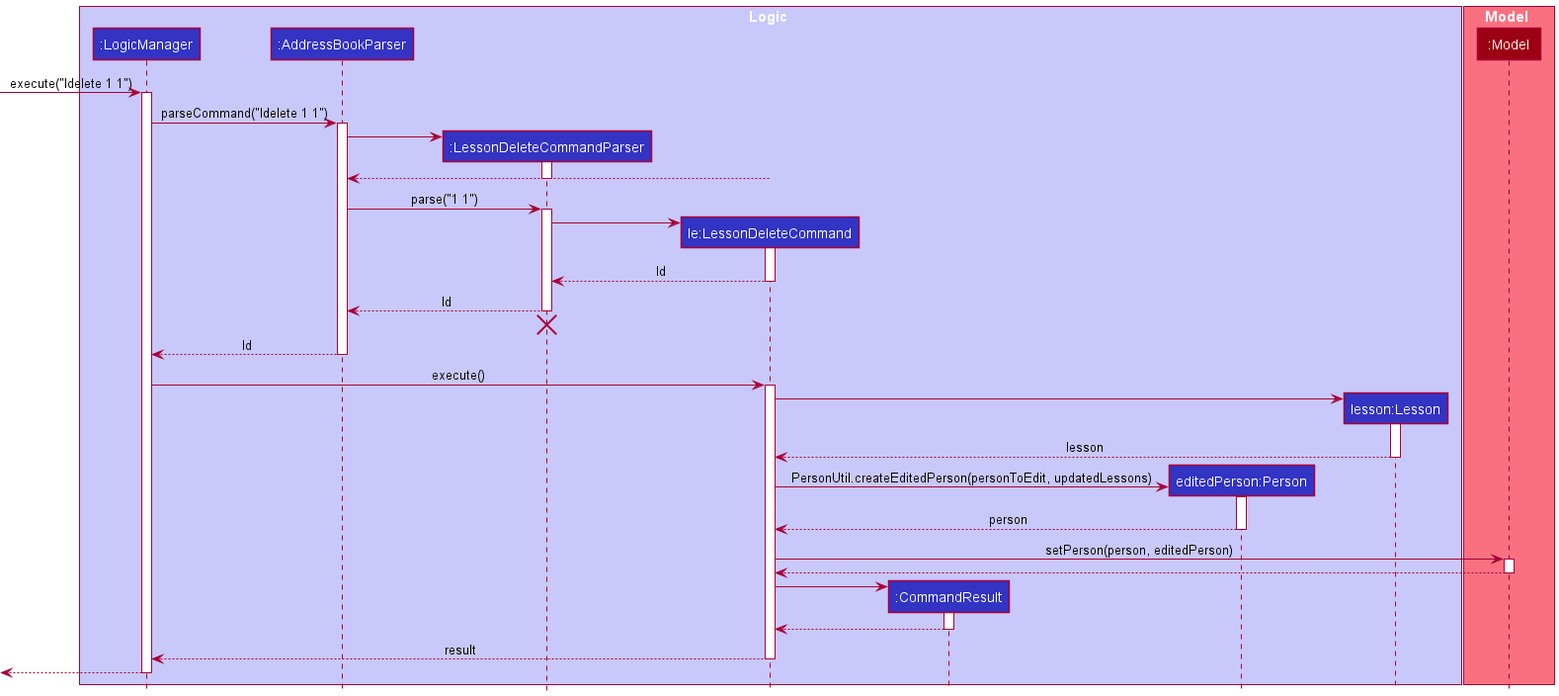
Earlier version of the PlantUML export docs/images/LessonDeleteSequenceDiagram.png (nus-cs2103-AY2122S1/tp).
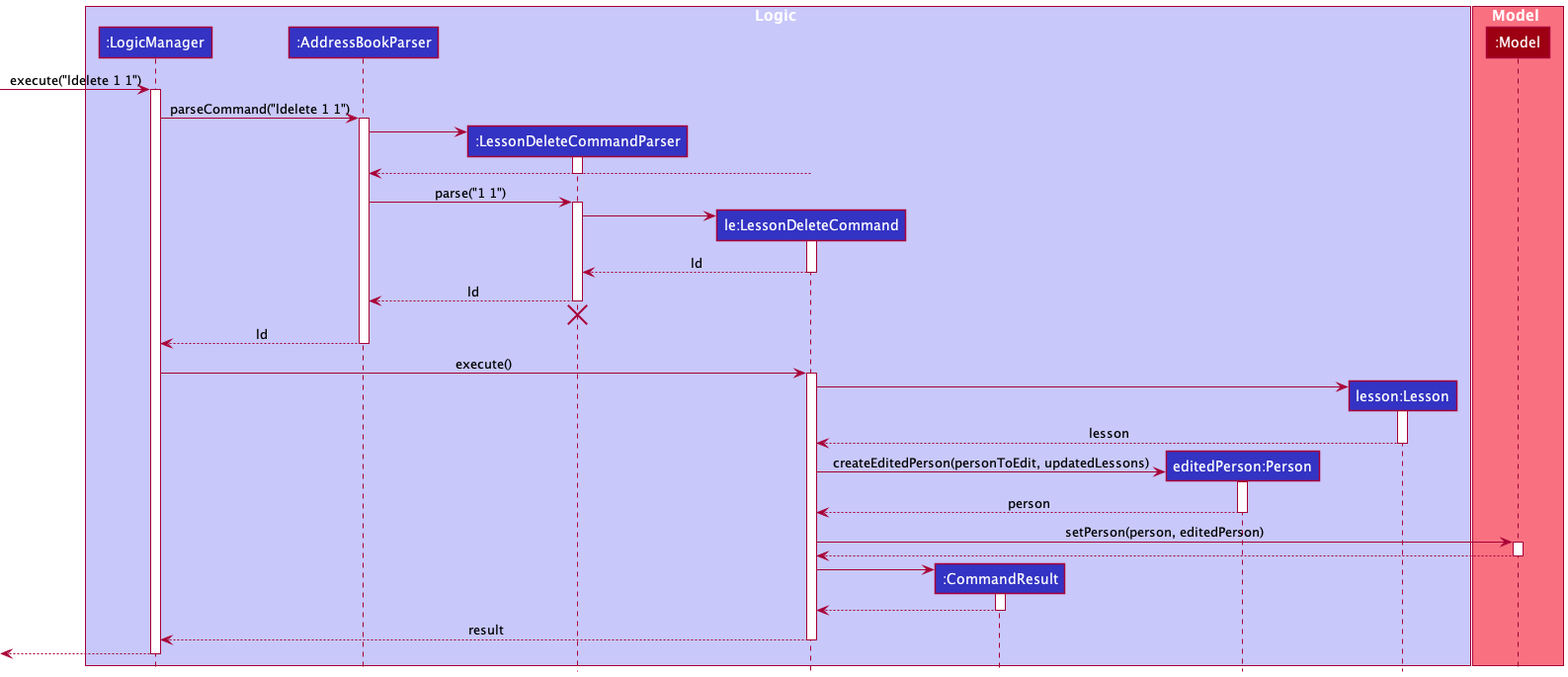
Later version of the same file.

The edit, as a diff of the source:
```diff
@@ -58,7 +58,7 @@
 deactivate Lesson
 
 create Person
-LessonDeleteCommand -> Person : PersonUtil.createEditedPerson(personToEdit, updatedLessons)
+LessonDeleteCommand -> Person : createEditedPerson(personToEdit, updatedLessons)
 activate Person
 
 Person --> LessonDeleteCommand : person
```
